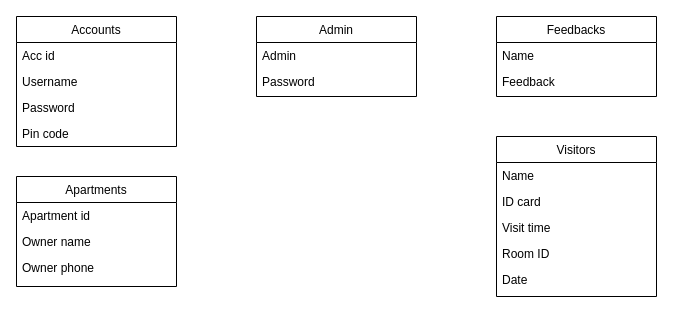
Above: diagram/Class Diagram.drawio in duongminhthanh/app_system_management_visitor_for_old_aparment (draw.io), before the change. Source tidied: cells renumbered, new cells numbered last; positions are measured from the earlier drawing's top-left corner, leaving out a move shared by most shapes. Both pictures are drawn from the tidied source at 100%, with x=0, y=0 at pixel (16, 16).
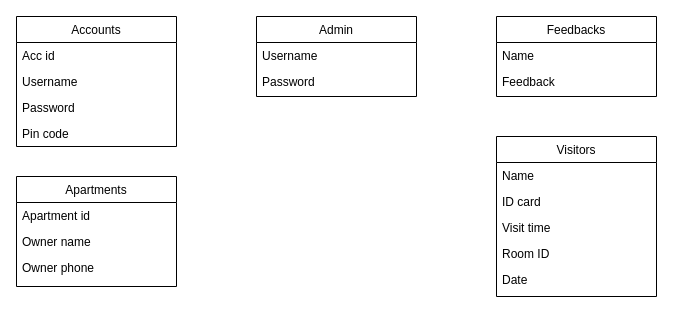
The same diagram, later.

The change refers to these unchanged cells:
```xml
<mxCell id="7" value="Admin" style="swimlane;fontStyle=0;align=center;verticalAlign=top;horizontal=1;startSize=26;rounded=0;shadow=0;strokeWidth=1;" parent="1" vertex="1">
  <mxGeometry x="240" width="160" height="80" as="geometry" />
</mxCell>
```

What changed in the source:
```diff
@@
-    <mxCell id="8" value="Admin" style="text;align=left;verticalAlign=top;spacingLeft=4;spacingRight=4;overflow=hidden;" parent="7" vertex="1">
+    <mxCell id="8" value="Username" style="text;align=left;verticalAlign=top;spacingLeft=4;spacingRight=4;overflow=hidden;" parent="7" vertex="1">
       <mxGeometry y="26" width="160" height="26" as="geometry" />
     </mxCell>
```
